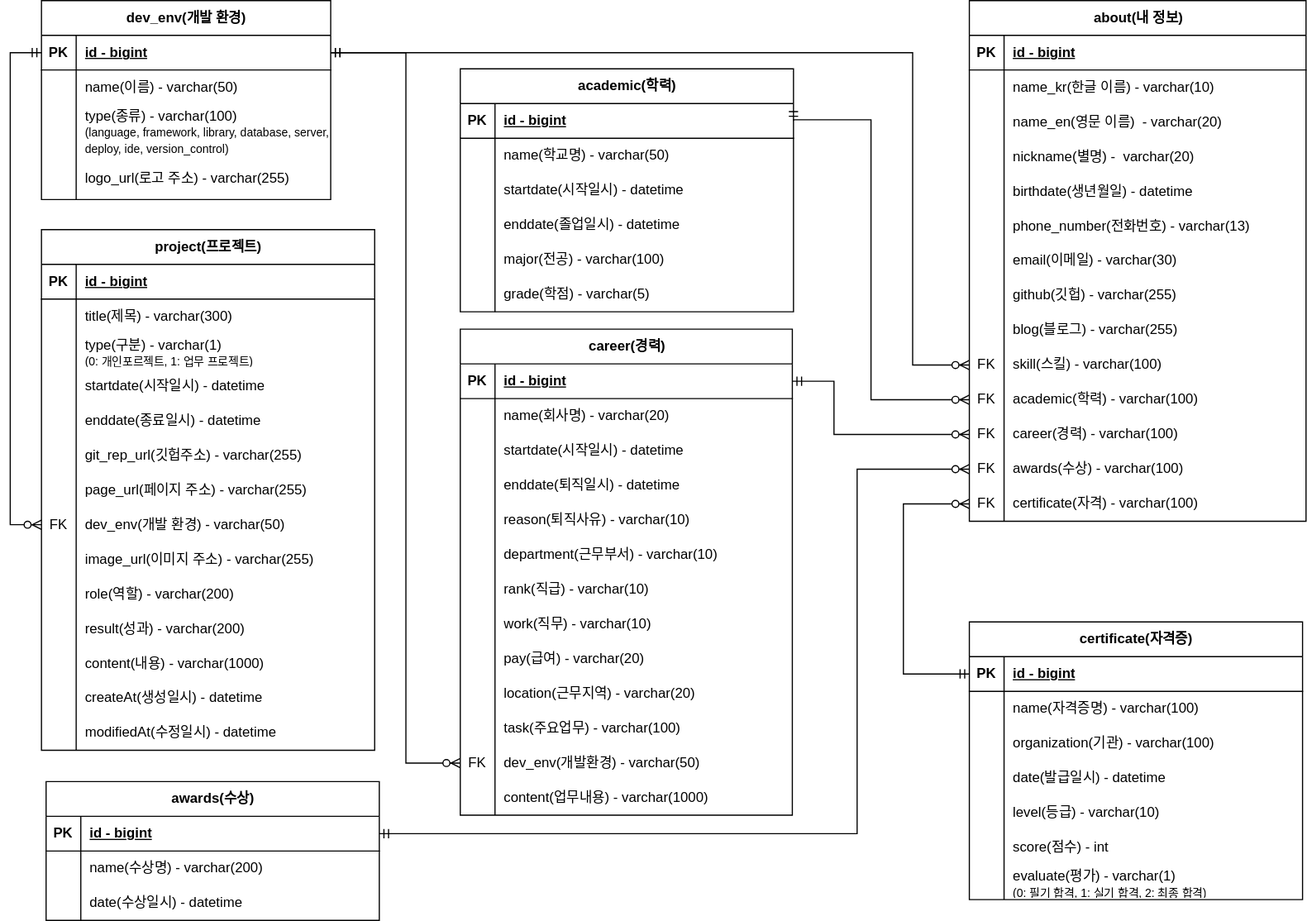
benedictJHGil/my-portfolio-app keeps this draw.io diagram as document/project-portfolio-erd.svg. Above is the earlier version. Source tidied: cells renumbered, new cells last; positions are measured from the earlier drawing's top-left corner, leaving out a move shared by most shapes.
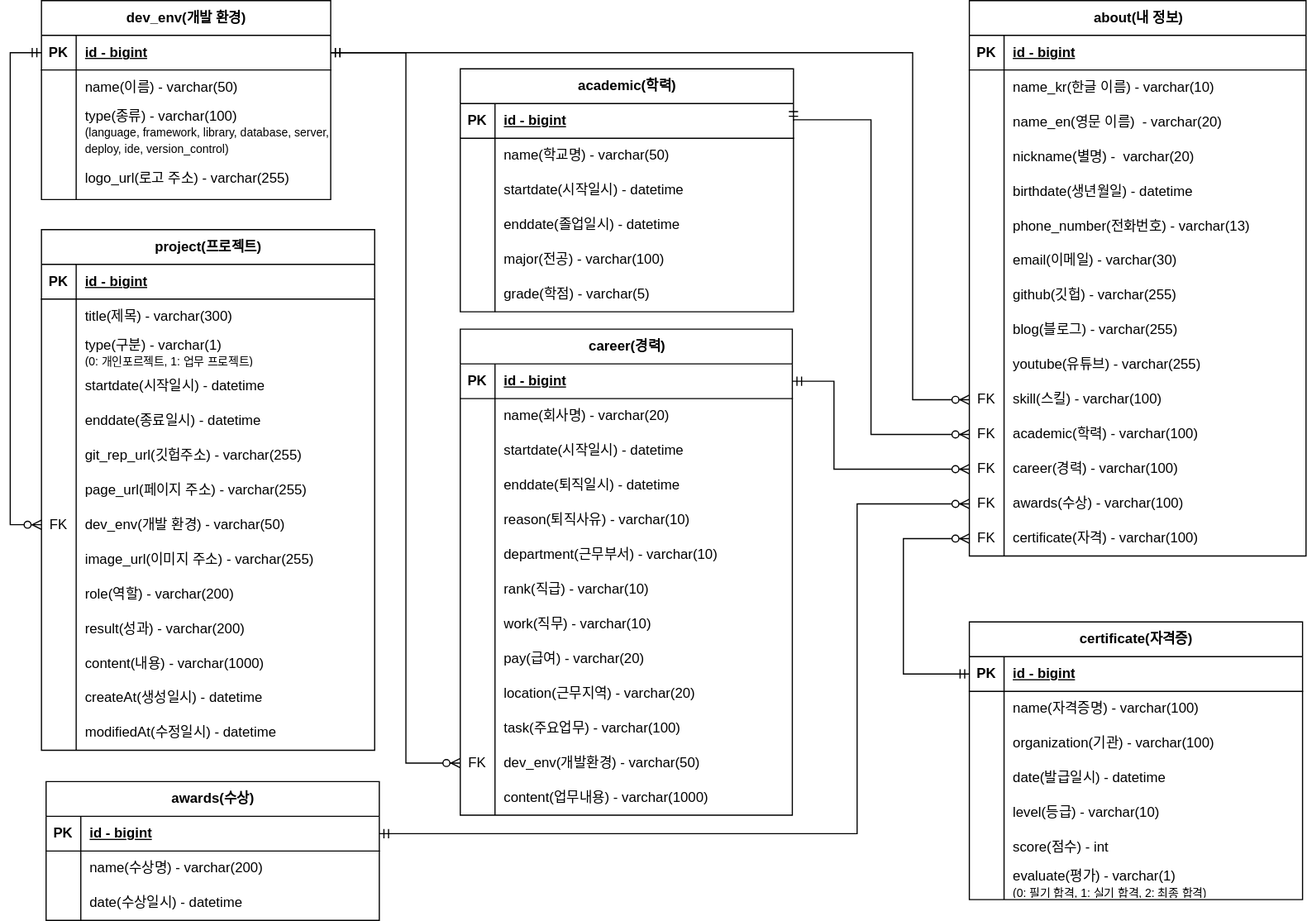
After the change.

Diff of the diagram source:
```diff
@@ -178,7 +178,7 @@
       </mxGeometry>
     </mxCell>
     <mxCell id="59" value="about(내 정보)" style="shape=table;startSize=30;rowLines=0;fontStyle=1;align=center;html=1;" parent="1" vertex="1">
-      <mxGeometry x="829" width="291" height="450" as="geometry" />
+      <mxGeometry x="829" width="291" height="480" as="geometry" />
     </mxCell>
     <mxCell id="60" style="shape=tableRow;horizontal=0;startSize=0;swimlaneHead=0;swimlaneBody=0;fillColor=none;top=0;left=0;right=0;bottom=1;" parent="59" vertex="1">
       <mxGeometry y="30" width="291" height="30" as="geometry" />
@@ -261,8 +261,17 @@
     <mxCell id="86" value="blog(블로그) - varchar(255)" style="shape=partialRectangle;fillColor=none;top=0;left=0;bottom=0;right=0;align=left;spacingLeft=6;overflow=hidden;whiteSpace=wrap;html=1;" parent="84" vertex="1">
       <mxGeometry x="30" width="261" height="30" as="geometry" />
     </mxCell>
+    <mxCell id="199" style="shape=tableRow;horizontal=0;startSize=0;swimlaneHead=0;swimlaneBody=0;fillColor=none;top=0;left=0;right=0;bottom=0;" parent="59" vertex="1">
+      <mxGeometry y="300" width="291" height="30" as="geometry" />
+    </mxCell>
+    <mxCell id="200" style="shape=partialRectangle;fillColor=none;top=0;left=0;bottom=0;right=0;overflow=hidden;whiteSpace=wrap;html=1;" parent="199" vertex="1">
+      <mxGeometry width="30" height="30" as="geometry" />
+    </mxCell>
+    <mxCell id="201" value="youtube(유튜브) - varchar(255)" style="shape=partialRectangle;fillColor=none;top=0;left=0;bottom=0;right=0;align=left;spacingLeft=6;overflow=hidden;whiteSpace=wrap;html=1;" parent="199" vertex="1">
+      <mxGeometry x="30" width="261" height="30" as="geometry" />
+    </mxCell>
     <mxCell id="87" style="shape=tableRow;horizontal=0;startSize=0;swimlaneHead=0;swimlaneBody=0;fillColor=none;points=[[0,0.5],[1,0.5]];portConstraint=eastwest;top=0;left=0;right=0;bottom=0;" parent="59" vertex="1">
-      <mxGeometry y="300" width="291" height="30" as="geometry" />
+      <mxGeometry y="330" width="291" height="30" as="geometry" />
     </mxCell>
     <mxCell id="88" value="FK" style="shape=partialRectangle;fillColor=none;top=0;left=0;bottom=0;right=0;overflow=hidden;whiteSpace=wrap;html=1;" parent="87" vertex="1">
       <mxGeometry width="30" height="30" as="geometry" />
@@ -271,7 +280,7 @@
       <mxGeometry x="30" width="261" height="30" as="geometry" />
     </mxCell>
     <mxCell id="90" style="shape=tableRow;horizontal=0;startSize=0;swimlaneHead=0;swimlaneBody=0;fillColor=none;points=[[0,0.5],[1,0.5]];portConstraint=eastwest;top=0;left=0;right=0;bottom=0;" parent="59" vertex="1">
-      <mxGeometry y="330" width="291" height="30" as="geometry" />
+      <mxGeometry y="360" width="291" height="30" as="geometry" />
     </mxCell>
     <mxCell id="91" value="FK" style="shape=partialRectangle;fillColor=none;top=0;left=0;bottom=0;right=0;overflow=hidden;whiteSpace=wrap;html=1;" parent="90" vertex="1">
       <mxGeometry width="30" height="30" as="geometry" />
@@ -280,7 +289,7 @@
       <mxGeometry x="30" width="261" height="30" as="geometry" />
     </mxCell>
     <mxCell id="93" style="shape=tableRow;horizontal=0;startSize=0;swimlaneHead=0;swimlaneBody=0;fillColor=none;points=[[0,0.5],[1,0.5]];portConstraint=eastwest;top=0;left=0;right=0;bottom=0;" parent="59" vertex="1">
-      <mxGeometry y="360" width="291" height="30" as="geometry" />
+      <mxGeometry y="390" width="291" height="30" as="geometry" />
     </mxCell>
     <mxCell id="94" value="FK" style="shape=partialRectangle;fillColor=none;top=0;left=0;bottom=0;right=0;overflow=hidden;whiteSpace=wrap;html=1;" parent="93" vertex="1">
       <mxGeometry width="30" height="30" as="geometry" />
@@ -289,7 +298,7 @@
       <mxGeometry x="30" width="261" height="30" as="geometry" />
     </mxCell>
     <mxCell id="96" style="shape=tableRow;horizontal=0;startSize=0;swimlaneHead=0;swimlaneBody=0;fillColor=none;points=[[0,0.5],[1,0.5]];portConstraint=eastwest;top=0;left=0;right=0;bottom=0;" parent="59" vertex="1">
-      <mxGeometry y="390" width="291" height="30" as="geometry" />
+      <mxGeometry y="420" width="291" height="30" as="geometry" />
     </mxCell>
     <mxCell id="97" value="FK" style="shape=partialRectangle;fillColor=none;top=0;left=0;bottom=0;right=0;overflow=hidden;whiteSpace=wrap;html=1;" parent="96" vertex="1">
       <mxGeometry width="30" height="30" as="geometry" />
@@ -298,7 +307,7 @@
       <mxGeometry x="30" width="261" height="30" as="geometry" />
     </mxCell>
     <mxCell id="99" style="shape=tableRow;horizontal=0;startSize=0;swimlaneHead=0;swimlaneBody=0;fillColor=none;points=[[0,0.5],[1,0.5]];portConstraint=eastwest;top=0;left=0;right=0;bottom=0;" parent="59" vertex="1">
-      <mxGeometry y="420" width="291" height="30" as="geometry" />
+      <mxGeometry y="450" width="291" height="30" as="geometry" />
     </mxCell>
     <mxCell id="100" value="FK" style="shape=partialRectangle;fillColor=none;top=0;left=0;bottom=0;right=0;overflow=hidden;whiteSpace=wrap;html=1;" parent="99" vertex="1">
       <mxGeometry width="30" height="30" as="geometry" />
@@ -310,7 +319,7 @@
       <mxGeometry relative="1" as="geometry">
         <Array as="points">
           <mxPoint x="780" y="45" />
-          <mxPoint x="780" y="315" />
+          <mxPoint x="780" y="345" />
         </Array>
       </mxGeometry>
     </mxCell>
@@ -438,7 +447,7 @@
       <mxGeometry relative="1" as="geometry">
         <Array as="points">
           <mxPoint x="712" y="329" />
-          <mxPoint x="712" y="375" />
+          <mxPoint x="712" y="405" />
         </Array>
       </mxGeometry>
     </mxCell>
@@ -484,7 +493,7 @@
       <mxGeometry relative="1" as="geometry">
         <Array as="points">
           <mxPoint x="732" y="720" />
-          <mxPoint x="732" y="405" />
+          <mxPoint x="732" y="435" />
         </Array>
       </mxGeometry>
     </mxCell>
@@ -550,7 +559,7 @@
         <Array as="points">
           <mxPoint x="677" y="103" />
           <mxPoint x="744" y="103" />
-          <mxPoint x="744" y="345" />
+          <mxPoint x="744" y="375" />
         </Array>
       </mxGeometry>
     </mxCell>
@@ -624,7 +633,7 @@
       <mxGeometry relative="1" as="geometry">
         <Array as="points">
           <mxPoint x="772" y="582" />
-          <mxPoint x="772" y="435" />
+          <mxPoint x="772" y="465" />
         </Array>
       </mxGeometry>
     </mxCell>
```
